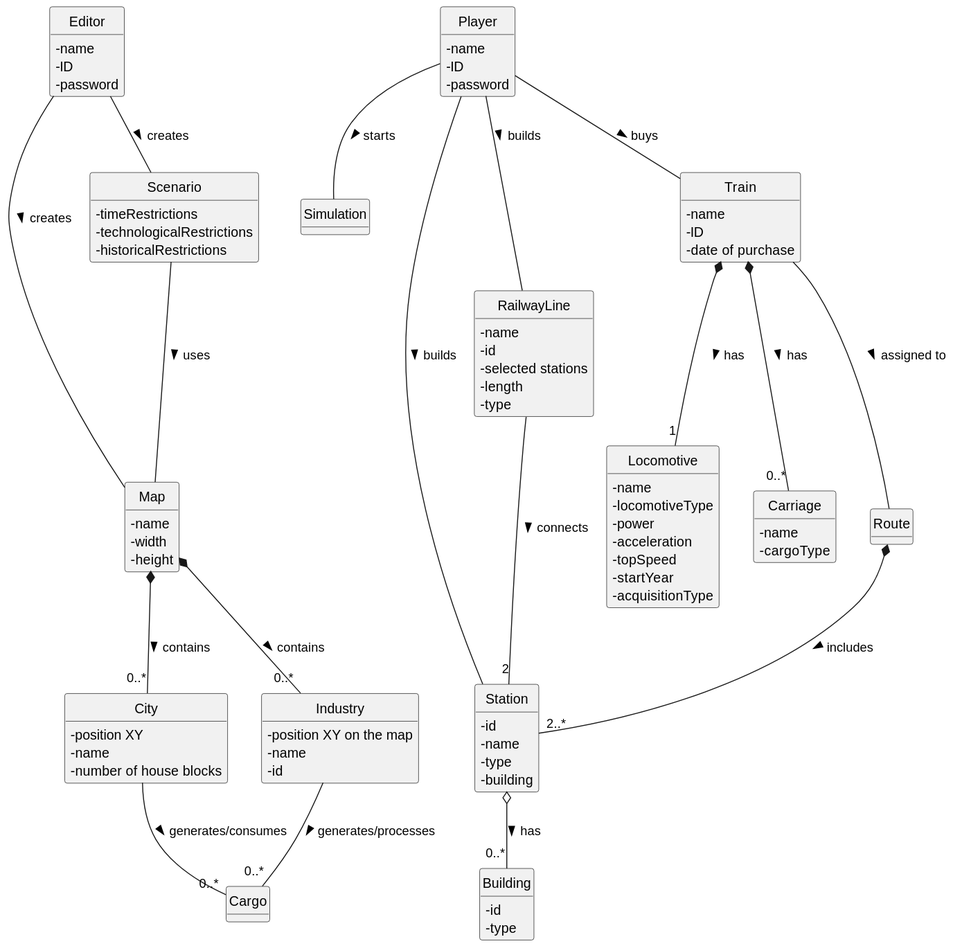
ivasduarte/all-aboard keeps this PlantUML diagram as docs/sprint1/global-artifacts/02.analysis/svg/project-domain-model.svg. Above is the earlier version.
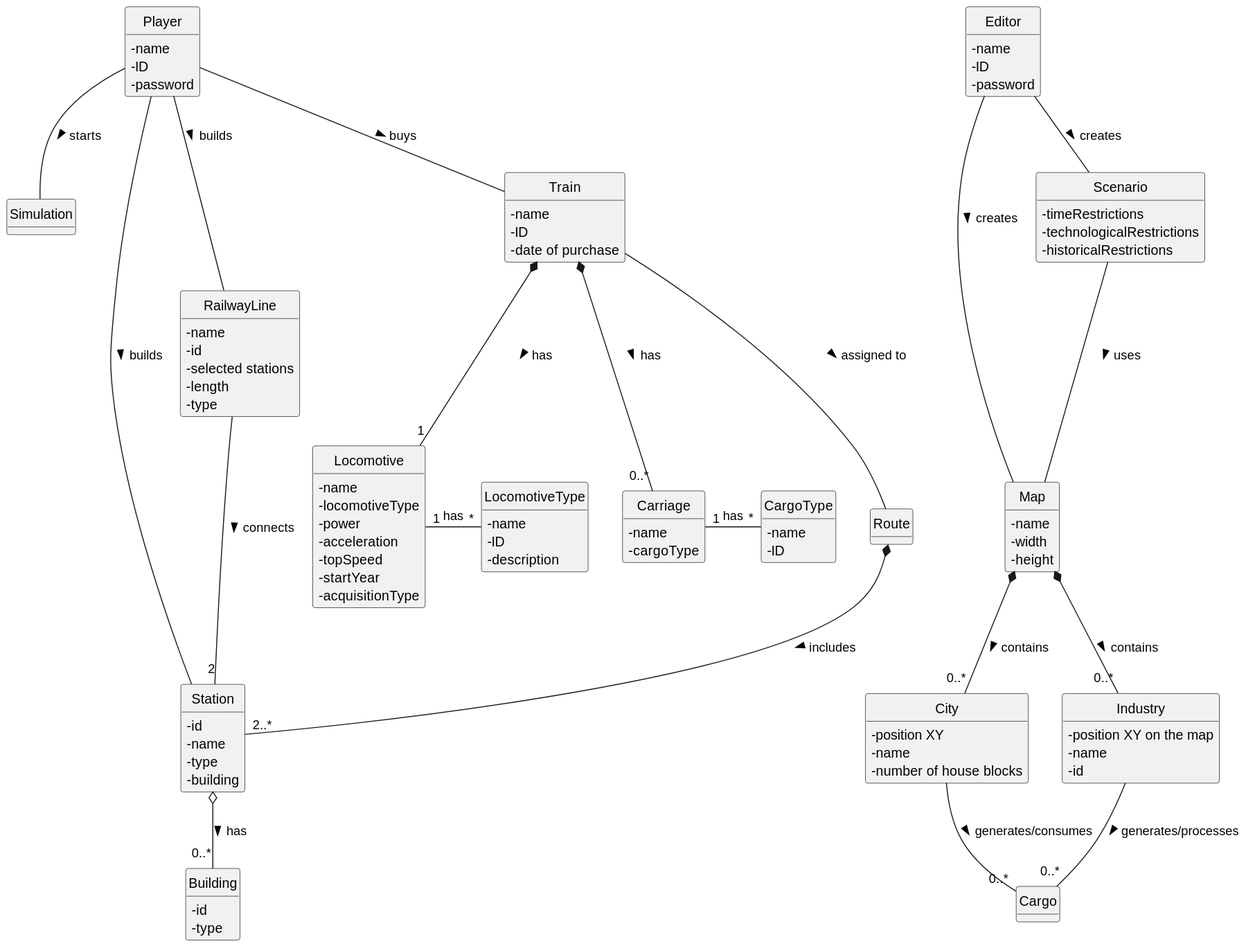
Later version of the same file.

Commit message:
(docs): updated project domain model

The edit, as a diff of the source:
```diff
@@ -86,9 +86,19 @@
     - acquisitionType
 }
 
+class LocomotiveType{
+    - name
+    - ID
+    - description
+}
+
 class Carriage{
 - name
     - cargoType
+}
+class CargoType{
+    - name
+    - ID
 }
 
 
@@ -110,6 +120,8 @@
 Player -- Simulation: starts >
 
 Train *-- "1" Locomotive : has >
+Locomotive "1" - "*" LocomotiveType : has
+Carriage "1" - "*" CargoType : has
 Train *-- "0..*" Carriage : has >
 Train -- Route : assigned to >
 Route *-- "2..*" Station : includes >
```
